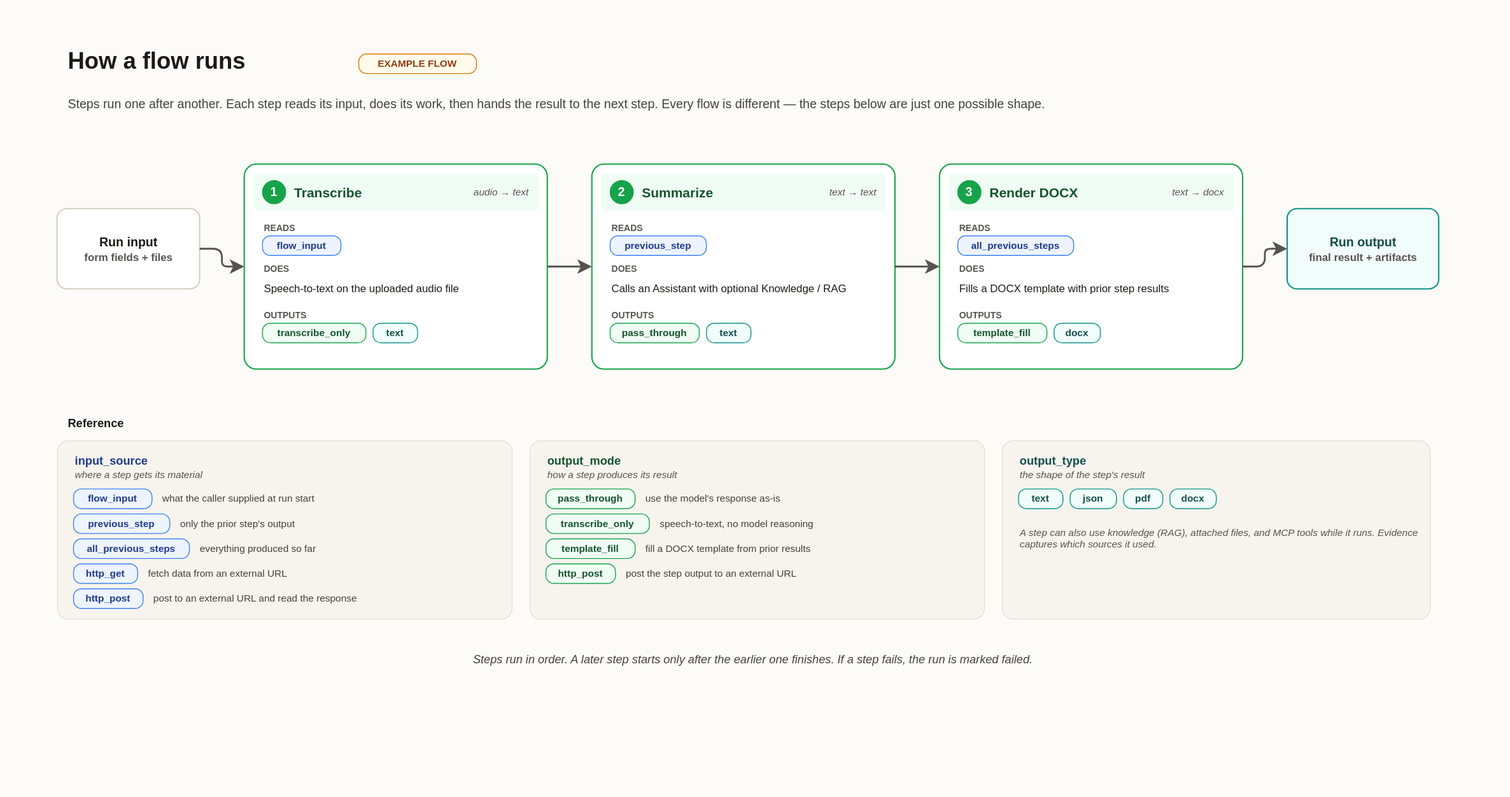
Earlier version of the draw.io export frontend/apps/docs-site/public/diagrams/flows-sequence.svg (eneo-ai/eneo). Source tidied: cells renumbered, new cells last; positions are measured from the earlier drawing's top-left corner, leaving out a move shared by most shapes.
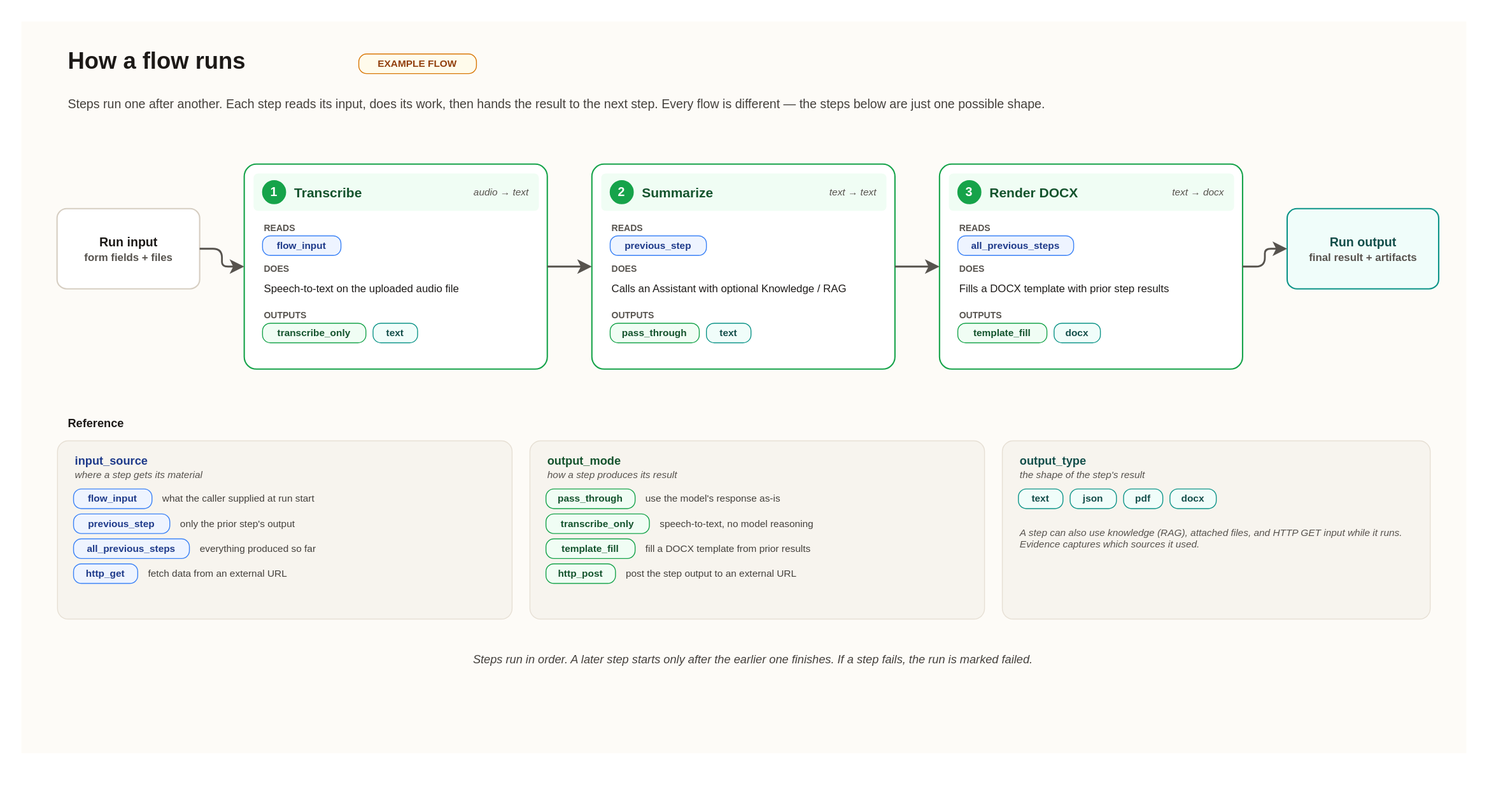
After the change.

Change to the diagram source:
```diff
@@ -176,12 +176,6 @@
     <mxCell id="59" value="fetch data from an external URL" style="text;html=1;align=left;verticalAlign=middle;fontSize=11;fontColor=#44403C;fontFamily=Helvetica;" parent="1" vertex="1">
       <mxGeometry x="140" y="608" width="380" height="22" as="geometry" />
     </mxCell>
-    <mxCell id="60" value="http_post" style="rounded=1;arcSize=40;whiteSpace=wrap;html=1;fillColor=#EEF4FF;strokeColor=#3B82F6;strokeWidth=1;fontSize=11;fontStyle=1;fontColor=#1E3A8A;fontFamily=Helvetica;" parent="1" vertex="1">
-      <mxGeometry x="58" y="636" width="78" height="22" as="geometry" />
-    </mxCell>
-    <mxCell id="61" value="post to an external URL and read the response" style="text;html=1;align=left;verticalAlign=middle;fontSize=11;fontColor=#44403C;fontFamily=Helvetica;" parent="1" vertex="1">
-      <mxGeometry x="146" y="636" width="380" height="22" as="geometry" />
-    </mxCell>
     <mxCell id="62" style="rounded=1;arcSize=6;whiteSpace=wrap;html=1;fillColor=#F7F4EE;strokeColor=#E6DFD4;strokeWidth=1;" parent="1" vertex="1">
       <mxGeometry x="570" y="470" width="510" height="200" as="geometry" />
     </mxCell>
@@ -236,7 +230,7 @@
     <mxCell id="79" value="docx" style="rounded=1;arcSize=40;whiteSpace=wrap;html=1;fillColor=#F0FDFA;strokeColor=#0D9488;strokeWidth=1;fontSize=11;fontStyle=1;fontColor=#134E4A;fontFamily=Helvetica;" parent="1" vertex="1">
       <mxGeometry x="1288" y="524" width="52" height="22" as="geometry" />
     </mxCell>
-    <mxCell id="80" value="A step can also use knowledge (RAG), attached files, and MCP tools while it runs. Evidence captures which sources it used." style="text;html=1;align=left;verticalAlign=top;fontSize=11;fontColor=#57534E;fontFamily=Helvetica;whiteSpace=wrap;fontStyle=2;" parent="1" vertex="1">
+    <mxCell id="80" value="A step can also use knowledge (RAG), attached files, and HTTP GET input while it runs. Evidence captures which sources it used." style="text;html=1;align=left;verticalAlign=top;fontSize=11;fontColor=#57534E;fontFamily=Helvetica;whiteSpace=wrap;fontStyle=2;" parent="1" vertex="1">
       <mxGeometry x="1118" y="560" width="450" height="100" as="geometry" />
     </mxCell>
     <mxCell id="81" value="Steps run in order. A later step starts only after the earlier one finishes. If a step fails, the run is marked failed." style="text;html=1;align=center;verticalAlign=middle;fontSize=13;fontColor=#44403C;fontStyle=2;fontFamily=Helvetica;" parent="1" vertex="1">
```
